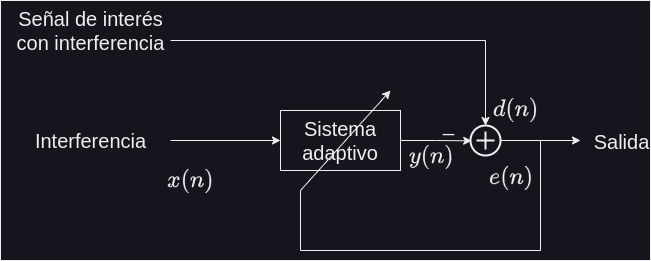
This is Verilog/TP_final/doc/esquema.png from kevingiribuela/portfolio, a draw.io export, as it was before one commit. Source tidied: cells renumbered, new cells last; positions are measured from the earlier drawing's top-left corner, leaving out a move shared by most shapes.
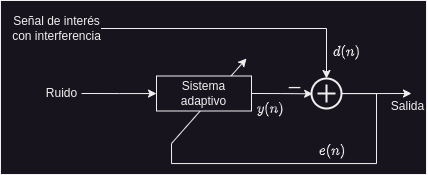
After the commit.

What changed in the source:
```diff
@@ -3,88 +3,83 @@
     <mxCell id="0" />
     <mxCell id="1" parent="0" />
     <mxCell id="2" style="rounded=0;whiteSpace=wrap;html=1;" parent="1" vertex="1">
-      <mxGeometry width="650" height="260" as="geometry" />
+      <mxGeometry x="319" y="-453" width="426" height="174" as="geometry" />
     </mxCell>
-    <mxCell id="3" style="edgeStyle=orthogonalEdgeStyle;rounded=0;jettySize=auto;html=1;startArrow=classic;startFill=1;endArrow=none;endFill=0;" parent="1" edge="1" source="4">
-      <mxGeometry relative="1" as="geometry">
-        <mxPoint x="170" y="140" as="targetPoint" />
+    <mxCell id="3" value="$$e(n)$$" style="edgeLabel;html=1;align=center;verticalAlign=middle;fontSize=12;" parent="1" vertex="1">
+      <mxGeometry x="650" y="-278.9" as="geometry">
+        <mxPoint y="-24" as="offset" />
       </mxGeometry>
     </mxCell>
-    <mxCell id="4" value="Sistema&lt;br&gt;adaptivo" style="rounded=0;whiteSpace=wrap;html=1;fontSize=20;" parent="1" vertex="1">
-      <mxGeometry x="280" y="110" width="120" height="60" as="geometry" />
+    <mxCell id="4" style="edgeStyle=orthogonalEdgeStyle;rounded=0;jettySize=auto;html=1;startArrow=classic;startFill=1;endArrow=none;endFill=0;" parent="1" edge="1" source="17">
+      <mxGeometry relative="1" as="geometry">
+        <mxPoint x="400" y="-360" as="targetPoint" />
+      </mxGeometry>
     </mxCell>
-    <mxCell id="5" style="edgeStyle=orthogonalEdgeStyle;rounded=0;jettySize=auto;html=1;startArrow=classic;startFill=1;endArrow=none;endFill=0;" parent="1" edge="1" source="17">
+    <mxCell id="5" style="edgeStyle=orthogonalEdgeStyle;rounded=0;jettySize=auto;html=1;startArrow=classic;startFill=1;endArrow=none;endFill=0;" parent="1" edge="1" source="12">
       <mxGeometry relative="1" as="geometry">
-        <mxPoint x="170" y="40" as="targetPoint" />
+        <mxPoint x="395" y="-425" as="targetPoint" />
         <Array as="points">
-          <mxPoint x="485" y="40" />
+          <mxPoint x="645" y="-425" />
         </Array>
       </mxGeometry>
     </mxCell>
-    <mxCell id="6" style="edgeStyle=orthogonalEdgeStyle;rounded=0;jettySize=auto;html=1;endArrow=none;endFill=0;" parent="1" edge="1" source="17">
-      <mxGeometry relative="1" as="geometry">
-        <mxPoint x="300" y="190" as="targetPoint" />
-        <Array as="points">
-          <mxPoint x="540" y="140" />
-          <mxPoint x="540" y="250" />
-          <mxPoint x="300" y="250" />
-        </Array>
+    <mxCell id="6" value="_" style="edgeLabel;html=1;align=center;verticalAlign=middle;fontSize=20;" parent="1" vertex="1">
+      <mxGeometry x="605" y="-400" as="geometry">
+        <mxPoint x="7" y="22" as="offset" />
       </mxGeometry>
     </mxCell>
-    <mxCell id="7" value="$$y(n)$$" style="edgeLabel;html=1;align=center;verticalAlign=middle;fontSize=20;" parent="6" vertex="1">
-      <mxGeometry x="-0.83" y="-1" relative="1" as="geometry">
-        <mxPoint x="-108" y="14" as="offset" />
+    <mxCell id="7" value="Ruido" style="edgeLabel;html=1;align=center;verticalAlign=middle;fontSize=12;" parent="1" vertex="1">
+      <mxGeometry x="380" y="-360" as="geometry">
+        <mxPoint x="-1" y="-1" as="offset" />
       </mxGeometry>
     </mxCell>
-    <mxCell id="8" style="edgeStyle=orthogonalEdgeStyle;rounded=0;jettySize=auto;html=1;entryX=0.039;entryY=0.511;entryDx=0;entryDy=0;entryPerimeter=0;" parent="1" edge="1" source="4" target="17">
-      <mxGeometry relative="1" as="geometry" />
+    <mxCell id="8" value="Señal de interés&lt;br style=&quot;font-size: 12px;&quot;&gt;con interferencia" style="edgeLabel;html=1;align=center;verticalAlign=middle;fontSize=12;" parent="1" vertex="1">
+      <mxGeometry x="375" y="-425" as="geometry">
+        <mxPoint x="-1" y="-1" as="offset" />
+      </mxGeometry>
     </mxCell>
-    <mxCell id="9" value="_" style="edgeLabel;html=1;align=center;verticalAlign=middle;fontSize=20;" parent="1" vertex="1">
-      <mxGeometry x="440" y="100" as="geometry">
-        <mxPoint x="7" y="22" as="offset" />
+    <mxCell id="9" style="endArrow=classic;html=1;rounded=0;" parent="1" edge="1">
+      <mxGeometry relative="1" as="geometry">
+        <mxPoint x="490" y="-310" as="sourcePoint" />
+        <mxPoint x="565" y="-395" as="targetPoint" />
       </mxGeometry>
     </mxCell>
-    <mxCell id="10" value="$$e(n)$$" style="edgeLabel;html=1;align=center;verticalAlign=middle;fontSize=20;" parent="1" vertex="1">
-      <mxGeometry x="510" y="200" as="geometry">
-        <mxPoint y="-24" as="offset" />
-      </mxGeometry>
+    <mxCell id="10" value="Salida" style="edgeLabel;html=1;align=center;verticalAlign=middle;fontSize=12;" parent="1" vertex="1">
+      <mxGeometry x="725" y="-347.5" as="geometry" />
     </mxCell>
-    <mxCell id="11" value="$$x(n)$$" style="edgeLabel;html=1;align=center;verticalAlign=middle;fontSize=20;" parent="1" vertex="1">
-      <mxGeometry x="190" y="180" as="geometry">
-        <mxPoint x="-1" y="-1" as="offset" />
+    <mxCell id="11" value="$$d(n)$$" style="edgeLabel;html=1;align=center;verticalAlign=middle;fontSize=12;" parent="1" vertex="1">
+      <mxGeometry x="670" y="-400" as="geometry">
+        <mxPoint x="-6" y="-2" as="offset" />
       </mxGeometry>
     </mxCell>
-    <mxCell id="12" value="Interferencia" style="edgeLabel;html=1;align=center;verticalAlign=middle;points=[];fontSize=20;" parent="1" vertex="1">
-      <mxGeometry x="90" y="140" as="geometry">
-        <mxPoint x="-1" y="-1" as="offset" />
-      </mxGeometry>
+    <mxCell id="12" style="html=1;verticalLabelPosition=bottom;align=center;labelBackgroundColor=#ffffff;verticalAlign=top;strokeWidth=2;shadow=0;dashed=0;shape=mxgraph.ios7.icons.add;" parent="1" vertex="1">
+      <mxGeometry x="630" y="-375" width="30" height="30" as="geometry" />
     </mxCell>
-    <mxCell id="13" value="Señal de interés&lt;br&gt;con interferencia" style="edgeLabel;html=1;align=center;verticalAlign=middle;fontSize=20;" parent="1" vertex="1">
-      <mxGeometry x="90" y="30" as="geometry">
-        <mxPoint x="-1" y="-1" as="offset" />
+    <mxCell id="13" style="edgeStyle=orthogonalEdgeStyle;rounded=0;jettySize=auto;html=1;" parent="1" edge="1" source="12">
+      <mxGeometry relative="1" as="geometry">
+        <mxPoint x="730" y="-360" as="targetPoint" />
       </mxGeometry>
     </mxCell>
-    <mxCell id="14" style="endArrow=classic;html=1;rounded=0;" parent="1" edge="1">
+    <mxCell id="14" style="edgeStyle=orthogonalEdgeStyle;rounded=0;jettySize=auto;html=1;endArrow=none;endFill=0;" parent="1" edge="1" source="12">
       <mxGeometry relative="1" as="geometry">
-        <mxPoint x="300" y="190" as="sourcePoint" />
-        <mxPoint x="390" y="90" as="targetPoint" />
+        <mxPoint x="490" y="-310" as="targetPoint" />
+        <Array as="points">
+          <mxPoint x="695" y="-360" />
+          <mxPoint x="695" y="-290" />
+          <mxPoint x="490" y="-290" />
+        </Array>
       </mxGeometry>
     </mxCell>
-    <mxCell id="15" value="Salida" style="edgeLabel;html=1;align=center;verticalAlign=middle;fontSize=20;" parent="1" vertex="1">
-      <mxGeometry x="620" y="140" as="geometry" />
+    <mxCell id="15" value="$$y(n)$$" style="edgeLabel;html=1;align=center;verticalAlign=middle;fontSize=12;" parent="14" vertex="1">
+      <mxGeometry x="-0.83" y="-1" relative="1" as="geometry">
+        <mxPoint x="-99" y="14" as="offset" />
+      </mxGeometry>
     </mxCell>
-    <mxCell id="16" value="$$d(n)$$" style="edgeLabel;html=1;align=center;verticalAlign=middle;fontSize=20;" parent="1" vertex="1">
-      <mxGeometry x="520" y="110" as="geometry">
-        <mxPoint x="-6" y="-2" as="offset" />
-      </mxGeometry>
+    <mxCell id="16" style="edgeStyle=orthogonalEdgeStyle;rounded=0;jettySize=auto;html=1;entryX=0.039;entryY=0.511;entryDx=0;entryDy=0;entryPerimeter=0;exitX=1;exitY=0.5;exitDx=0;exitDy=0;" parent="1" edge="1" source="17" target="12">
+      <mxGeometry relative="1" as="geometry" />
     </mxCell>
-    <mxCell id="17" style="html=1;verticalLabelPosition=bottom;align=center;labelBackgroundColor=#ffffff;verticalAlign=top;strokeWidth=2;shadow=0;dashed=0;shape=mxgraph.ios7.icons.add;" parent="1" vertex="1">
-      <mxGeometry x="470" y="125" width="30" height="30" as="geometry" />
+    <mxCell id="17" value="Sistema&lt;br style=&quot;font-size: 12px;&quot;&gt;adaptivo" style="rounded=0;whiteSpace=wrap;html=1;fontSize=12;" parent="1" vertex="1">
+      <mxGeometry x="475" y="-377.5" width="95" height="35" as="geometry" />
     </mxCell>
-    <mxCell id="18" style="edgeStyle=orthogonalEdgeStyle;rounded=0;jettySize=auto;html=1;" parent="1" edge="1" source="17">
-      <mxGeometry relative="1" as="geometry">
-        <mxPoint x="580" y="140" as="targetPoint" />
-      </mxGeometry>
-    </mxCell>
   </root>
 </mxGraphModel>
```
